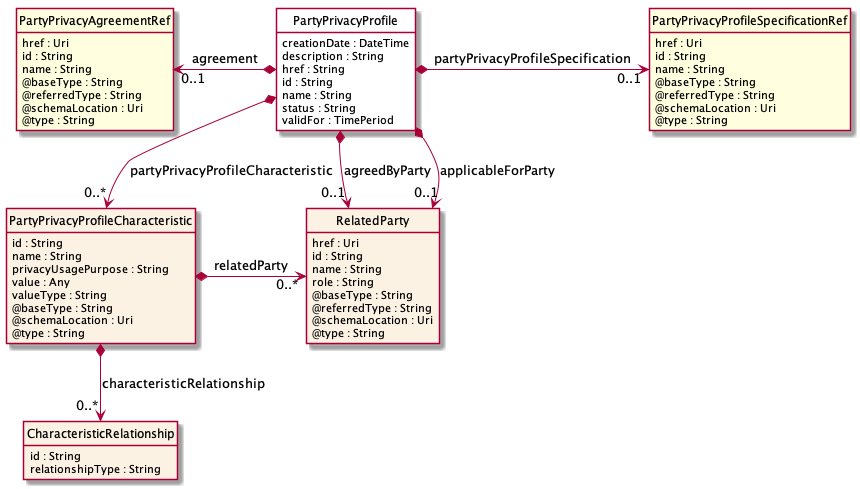
Above: apis/TMF644_Privacy/documentation/diagrams/Resource_PartyPrivacyProfile.png in tmforum-apis/Open_Api_And_Data_Model (PlantUML), before the change.
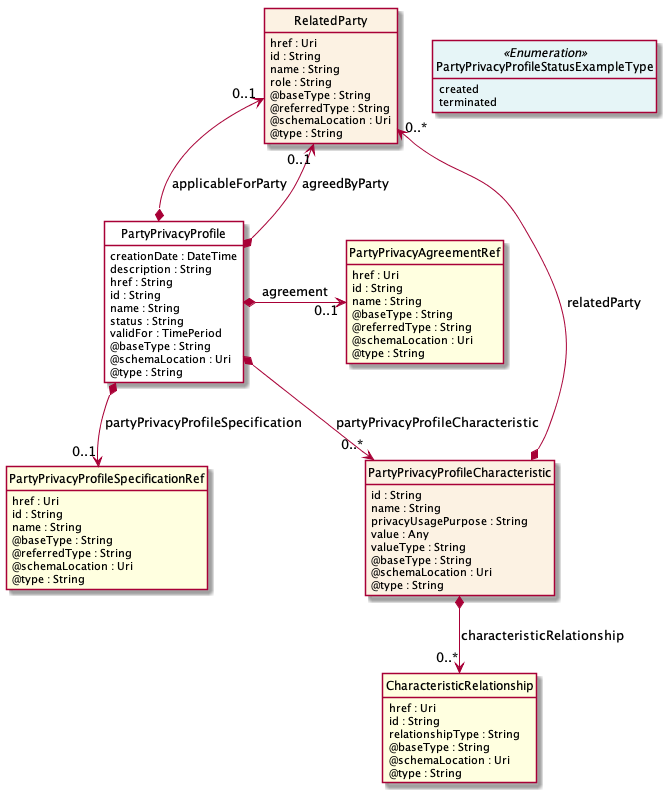
The same diagram one commit later.

Diff of the diagram source:
```diff
@@ -18,6 +18,14 @@
     name : String
     status : String
     validFor : TimePeriod
+    @baseType : String
+    @schemaLocation : Uri
+    @type : String
+}
+
+class PartyPrivacyProfileStatusExampleType <<Enumeration>> {
+    created
+    terminated
 }
 
 class PartyPrivacyProfileCharacteristic  {
@@ -31,9 +39,13 @@
     @type : String
 }
 
-class CharacteristicRelationship  {
+class CharacteristicRelationship  <<Ref>> {
+    href : Uri
     id : String
     relationshipType : String
+    @baseType : String
+    @schemaLocation : Uri
+    @type : String
 }
 
 class RelatedParty  {
@@ -67,17 +79,17 @@
     @type : String
 }
 
-PartyPrivacyProfile *-->  "0..1" RelatedParty : agreedByParty
+RelatedParty "0..1" <--* PartyPrivacyProfile : applicableForParty
 
-PartyPrivacyProfile *-->  "0..1" RelatedParty : applicableForParty
+RelatedParty "0..1" <--* PartyPrivacyProfile : agreedByParty
 
 PartyPrivacyProfile *-->  "0..*" PartyPrivacyProfileCharacteristic : partyPrivacyProfileCharacteristic
 
-PartyPrivacyProfileCharacteristic *-right-> "0..*" RelatedParty : relatedParty
+RelatedParty "0..*" <--* PartyPrivacyProfileCharacteristic : relatedParty
 
-PartyPrivacyAgreementRef "0..1" <-left-* PartyPrivacyProfile : agreement
+PartyPrivacyProfile *-right-> "0..1" PartyPrivacyAgreementRef : agreement
 
-PartyPrivacyProfile *-right-> "0..1" PartyPrivacyProfileSpecificationRef : partyPrivacyProfileSpecification
+PartyPrivacyProfile *-->  "0..1" PartyPrivacyProfileSpecificationRef : partyPrivacyProfileSpecification
 
 PartyPrivacyProfileCharacteristic *-->  "0..*" CharacteristicRelationship : characteristicRelationship
 
```
